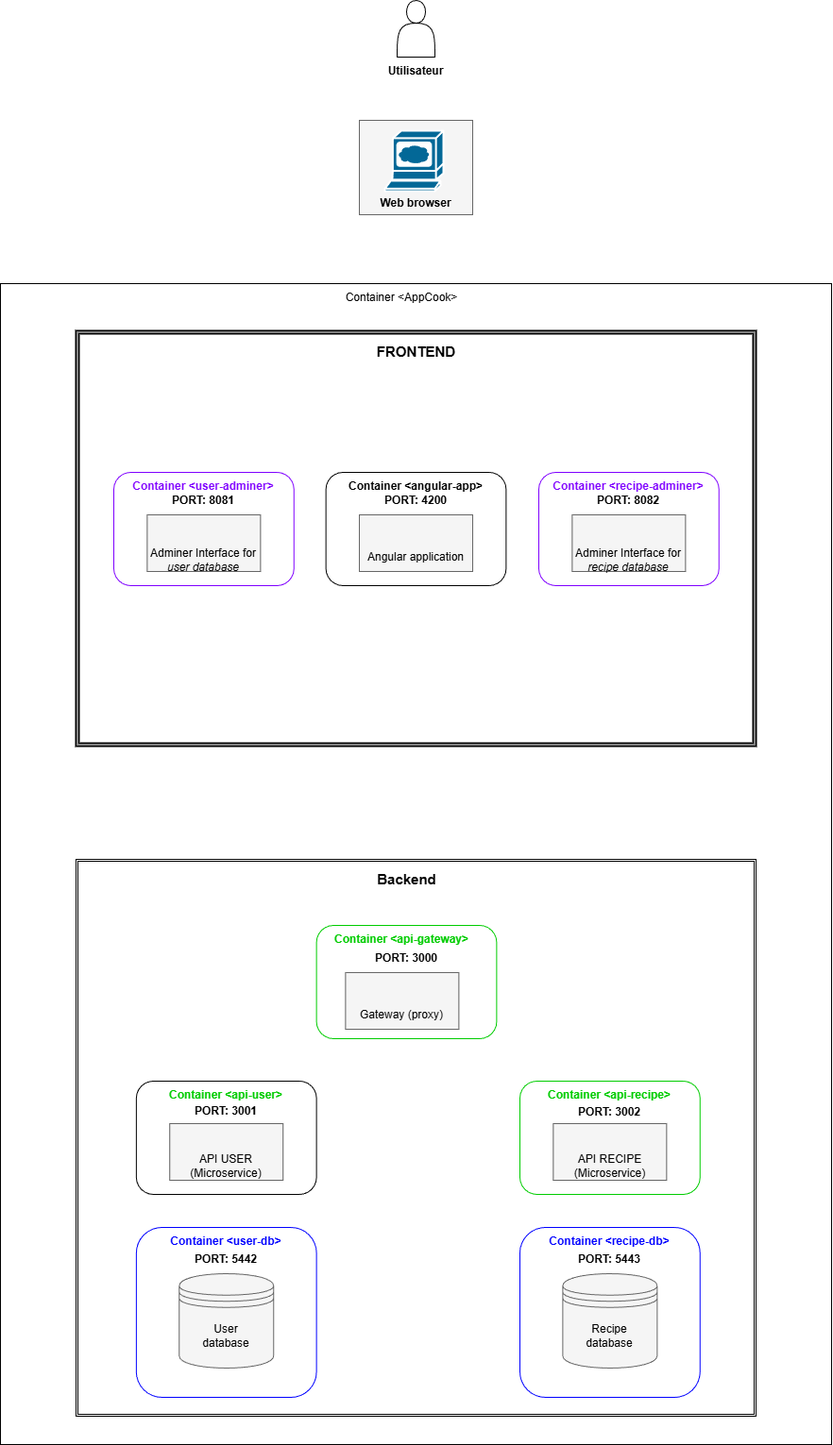
Before: doc/Schéma-architecture.drawio.png, a diagram exported from draw.io (AbadieThomasPro/Ynov-FullstackM1_Projet). Source tidied: cells renumbered, new cells last; positions are measured from the earlier drawing's top-left corner, leaving out a move shared by most shapes.
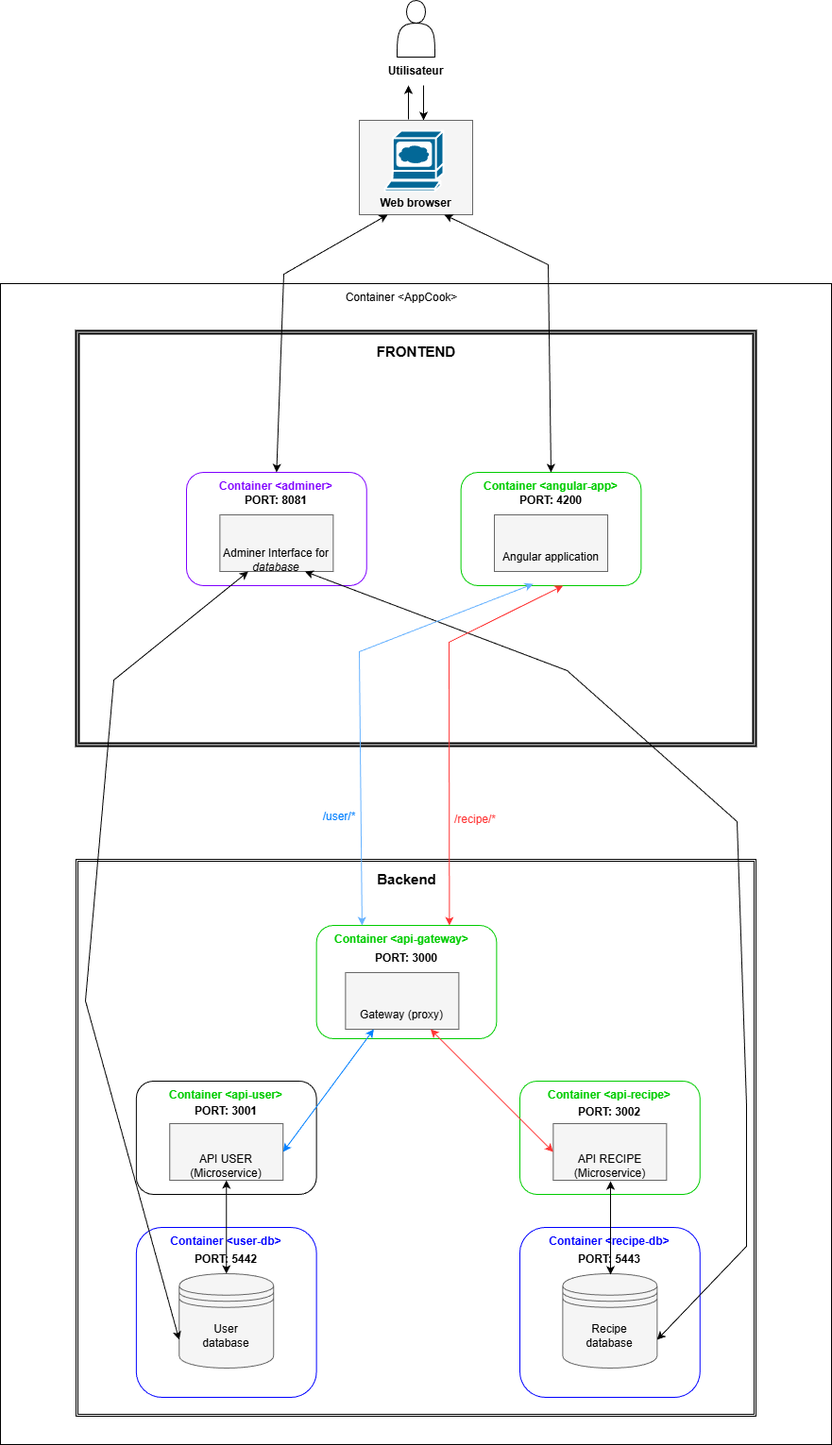
After the change.

Commit message:
UPDATE [README] [DOCKER-COMPOSE] Changement du shéma d'architecture et annexes + mise en place des ports pour les bdd avec expose

Change to the diagram source:
```diff
@@ -53,14 +53,14 @@
     <mxCell id="18" value="Container &amp;lt;AppCook&amp;gt;" style="text;html=1;whiteSpace=wrap;strokeColor=none;fillColor=none;align=center;verticalAlign=middle;rounded=0;" parent="1" vertex="1">
       <mxGeometry x="330.4" y="300" width="190" height="30" as="geometry" />
     </mxCell>
-    <mxCell id="19" style="rounded=1;whiteSpace=wrap;html=1;" parent="1" vertex="1">
-      <mxGeometry x="344.6" y="500" width="190.8" height="120" as="geometry" />
+    <mxCell id="19" style="rounded=1;whiteSpace=wrap;html=1;strokeColor=#00CC00;" parent="1" vertex="1">
+      <mxGeometry x="487.6" y="500" width="190.8" height="120" as="geometry" />
     </mxCell>
-    <mxCell id="20" value="Container &amp;lt;angular-app&amp;gt;" style="text;html=1;whiteSpace=wrap;strokeColor=none;fillColor=none;align=center;verticalAlign=middle;rounded=0;fontStyle=1;" parent="1" vertex="1">
-      <mxGeometry x="355" y="500" width="170" height="30" as="geometry" />
+    <mxCell id="20" value="Container &amp;lt;angular-app&amp;gt;" style="text;html=1;whiteSpace=wrap;strokeColor=none;fillColor=none;align=center;verticalAlign=middle;rounded=0;fontStyle=1;fontColor=#00CC00;" parent="1" vertex="1">
+      <mxGeometry x="498" y="500" width="170" height="30" as="geometry" />
     </mxCell>
     <mxCell id="21" value="&lt;b&gt;PORT: 4200&lt;/b&gt;" style="text;html=1;whiteSpace=wrap;strokeColor=none;fillColor=none;align=center;verticalAlign=middle;rounded=0;" parent="1" vertex="1">
-      <mxGeometry x="397" y="515" width="86" height="30" as="geometry" />
+      <mxGeometry x="540" y="515" width="86" height="30" as="geometry" />
     </mxCell>
     <mxCell id="22" style="rounded=1;whiteSpace=wrap;html=1;strokeColor=#0000FF;" parent="1" vertex="1">
       <mxGeometry x="143.9" y="1300" width="190.8" height="180" as="geometry" />
@@ -105,10 +105,10 @@
       <mxGeometry x="612.7" y="1220" width="65.4" height="30" as="geometry" />
     </mxCell>
     <mxCell id="36" style="rounded=0;whiteSpace=wrap;html=1;fillColor=#f5f5f5;fontColor=#333333;strokeColor=#666666;" parent="1" vertex="1">
-      <mxGeometry x="380" y="545" width="120" height="60" as="geometry" />
+      <mxGeometry x="523" y="545" width="120" height="60" as="geometry" />
     </mxCell>
     <mxCell id="37" value="Angular application" style="text;html=1;whiteSpace=wrap;strokeColor=none;fillColor=none;align=center;verticalAlign=middle;rounded=0;" parent="1" vertex="1">
-      <mxGeometry x="380" y="575" width="120" height="30" as="geometry" />
+      <mxGeometry x="523" y="575" width="120" height="30" as="geometry" />
     </mxCell>
     <mxCell id="38" style="rounded=0;whiteSpace=wrap;html=1;fillColor=#f5f5f5;fontColor=#333333;strokeColor=#666666;" parent="1" vertex="1">
       <mxGeometry x="365.4" y="1030" width="120" height="60" as="geometry" />
@@ -117,35 +117,26 @@
       <mxGeometry x="365.4" y="1060" width="120" height="30" as="geometry" />
     </mxCell>
     <mxCell id="40" style="rounded=1;whiteSpace=wrap;html=1;strokeColor=#7F00FF;" parent="1" vertex="1">
-      <mxGeometry x="120" y="500" width="190.8" height="120" as="geometry" />
+      <mxGeometry x="197" y="500" width="190.8" height="120" as="geometry" />
     </mxCell>
-    <mxCell id="41" value="Container &amp;lt;user-adminer&amp;gt;" style="text;html=1;whiteSpace=wrap;strokeColor=none;fillColor=none;align=center;verticalAlign=middle;rounded=0;fontColor=#7F00FF;fontStyle=1;" parent="1" vertex="1">
-      <mxGeometry x="130.4" y="500" width="170" height="30" as="geometry" />
+    <mxCell id="41" value="Container &amp;lt;adminer&amp;gt;" style="text;html=1;whiteSpace=wrap;strokeColor=none;fillColor=none;align=center;verticalAlign=middle;rounded=0;fontColor=#7F00FF;fontStyle=1;" parent="1" vertex="1">
+      <mxGeometry x="207.4" y="500" width="170" height="30" as="geometry" />
     </mxCell>
     <mxCell id="42" value="&lt;b&gt;PORT: 8081&lt;/b&gt;" style="text;html=1;whiteSpace=wrap;strokeColor=none;fillColor=none;align=center;verticalAlign=middle;rounded=0;" parent="1" vertex="1">
-      <mxGeometry x="172.4" y="515" width="86" height="30" as="geometry" />
+      <mxGeometry x="249.4" y="515" width="86" height="30" as="geometry" />
     </mxCell>
     <mxCell id="43" style="rounded=0;whiteSpace=wrap;html=1;fillColor=#f5f5f5;fontColor=#333333;strokeColor=#666666;" parent="1" vertex="1">
-      <mxGeometry x="155.4" y="545" width="120" height="60" as="geometry" />
+      <mxGeometry x="232.4" y="545" width="120" height="60" as="geometry" />
     </mxCell>
-    <mxCell id="44" style="rounded=1;whiteSpace=wrap;html=1;strokeColor=#7F00FF;" parent="1" vertex="1">
-      <mxGeometry x="570" y="500" width="190.8" height="120" as="geometry" />
-    </mxCell>
-    <mxCell id="45" value="Container &amp;lt;recipe-adminer&amp;gt;" style="text;html=1;whiteSpace=wrap;strokeColor=none;fillColor=none;align=center;verticalAlign=middle;rounded=0;fontColor=#7F00FF;fontStyle=1;" parent="1" vertex="1">
-      <mxGeometry x="580.4" y="500" width="170" height="30" as="geometry" />
-    </mxCell>
-    <mxCell id="46" value="&lt;b&gt;PORT: 8082&lt;/b&gt;" style="text;html=1;whiteSpace=wrap;strokeColor=none;fillColor=none;align=center;verticalAlign=middle;rounded=0;" parent="1" vertex="1">
-      <mxGeometry x="622.4" y="515" width="86" height="30" as="geometry" />
-    </mxCell>
-    <mxCell id="47" style="rounded=0;whiteSpace=wrap;html=1;fillColor=#f5f5f5;fontColor=#333333;strokeColor=#666666;" parent="1" vertex="1">
-      <mxGeometry x="605.4" y="545" width="120" height="60" as="geometry" />
-    </mxCell>
-    <mxCell id="48" value="Adminer Interface for &lt;i&gt;user database&lt;/i&gt;" style="text;html=1;whiteSpace=wrap;strokeColor=none;fillColor=none;align=center;verticalAlign=middle;rounded=0;" parent="1" vertex="1">
-      <mxGeometry x="155.4" y="580" width="120" height="25" as="geometry" />
+    <mxCell id="48" value="Adminer Interface for &lt;i&gt;database&lt;/i&gt;" style="text;html=1;whiteSpace=wrap;strokeColor=none;fillColor=none;align=center;verticalAlign=middle;rounded=0;" parent="1" vertex="1">
+      <mxGeometry x="232.4" y="580" width="120" height="25" as="geometry" />
     </mxCell>
-    <mxCell id="49" value="Adminer Interface for &lt;i&gt;recipe database&lt;/i&gt;" style="text;html=1;whiteSpace=wrap;strokeColor=none;fillColor=none;align=center;verticalAlign=middle;rounded=0;" parent="1" vertex="1">
-      <mxGeometry x="605.4" y="580" width="120" height="25" as="geometry" />
-    </mxCell>
+    <mxCell id="54" style="edgeStyle=orthogonalEdgeStyle;rounded=0;orthogonalLoop=1;jettySize=auto;html=1;exitX=0.5;exitY=1;exitDx=0;exitDy=0;entryX=0.5;entryY=0;entryDx=0;entryDy=0;" parent="1" edge="1">
+      <mxGeometry relative="1" as="geometry">
+        <mxPoint x="448" y="90" as="sourcePoint" />
+        <mxPoint x="448" y="127" as="targetPoint" />
+      </mxGeometry>
+    </mxCell>
     <mxCell id="50" value="&lt;b&gt;Utilisateur&lt;/b&gt;" style="text;html=1;whiteSpace=wrap;strokeColor=none;fillColor=none;align=center;verticalAlign=middle;rounded=0;" parent="1" vertex="1">
       <mxGeometry x="410" y="60" width="60" height="30" as="geometry" />
     </mxCell>
@@ -158,5 +149,80 @@
     <mxCell id="53" style="sketch=0;html=1;dashed=0;fillColor=#036897;strokeColor=#ffffff;strokeWidth=2;verticalLabelPosition=bottom;verticalAlign=top;align=center;shape=mxgraph.cisco.computers_and_peripherals.web_browser;" parent="1" vertex="1">
       <mxGeometry x="407" y="138" width="62" height="64" as="geometry" />
     </mxCell>
+    <mxCell id="55" style="edgeStyle=orthogonalEdgeStyle;rounded=0;orthogonalLoop=1;jettySize=auto;html=1;entryX=0.25;entryY=1;entryDx=0;entryDy=0;" parent="1" edge="1">
+      <mxGeometry relative="1" as="geometry">
+        <mxPoint x="432" y="126" as="sourcePoint" />
+        <mxPoint x="432" y="90" as="targetPoint" />
+      </mxGeometry>
+    </mxCell>
+    <mxCell id="56" style="endArrow=classic;startArrow=classic;html=1;rounded=0;entryX=0.25;entryY=1;entryDx=0;entryDy=0;exitX=0;exitY=0.7;exitDx=0;exitDy=0;" parent="1" edge="1" source="28" target="48">
+      <mxGeometry relative="1" as="geometry">
+        <Array as="points">
+          <mxPoint x="90" y="1060" />
+          <mxPoint x="120" y="720" />
+        </Array>
+      </mxGeometry>
+    </mxCell>
+    <mxCell id="57" style="endArrow=classic;startArrow=classic;html=1;rounded=0;exitX=0.75;exitY=1;exitDx=0;exitDy=0;entryX=1;entryY=0.7;entryDx=0;entryDy=0;" parent="1" edge="1" source="48" target="30">
+      <mxGeometry relative="1" as="geometry">
+        <Array as="points">
+          <mxPoint x="600" y="710" />
+          <mxPoint x="780" y="870" />
+          <mxPoint x="790" y="1170" />
+          <mxPoint x="790" y="1320" />
+        </Array>
+      </mxGeometry>
+    </mxCell>
+    <mxCell id="58" style="endArrow=classic;startArrow=classic;html=1;rounded=0;entryX=0.5;entryY=1;entryDx=0;entryDy=0;exitX=0.5;exitY=0;exitDx=0;exitDy=0;" parent="1" edge="1" source="28" target="33">
+      <mxGeometry relative="1" as="geometry" />
+    </mxCell>
+    <mxCell id="59" style="endArrow=classic;startArrow=classic;html=1;rounded=0;entryX=0.5;entryY=1;entryDx=0;entryDy=0;exitX=0.5;exitY=0;exitDx=0;exitDy=0;" parent="1" edge="1">
+      <mxGeometry relative="1" as="geometry">
+        <mxPoint x="646" y="1350" as="sourcePoint" />
+        <mxPoint x="646" y="1251" as="targetPoint" />
+      </mxGeometry>
+    </mxCell>
+    <mxCell id="60" style="endArrow=classic;startArrow=classic;html=1;rounded=0;entryX=0.401;entryY=0.985;entryDx=0;entryDy=0;entryPerimeter=0;exitX=0.25;exitY=0;exitDx=0;exitDy=0;strokeColor=#66B2FF;fontColor=#007FFF;" parent="1" edge="1" source="7" target="19">
+      <mxGeometry relative="1" as="geometry">
+        <Array as="points">
+          <mxPoint x="380" y="690" />
+        </Array>
+      </mxGeometry>
+    </mxCell>
+    <mxCell id="61" style="endArrow=classic;startArrow=classic;html=1;rounded=0;entryX=0.75;entryY=1;entryDx=0;entryDy=0;exitX=1;exitY=0;exitDx=0;exitDy=0;strokeColor=#FF3333;" parent="1" edge="1">
+      <mxGeometry relative="1" as="geometry">
+        <mxPoint x="475.4" y="980" as="sourcePoint" />
+        <mxPoint x="595.7" y="620" as="targetPoint" />
+        <Array as="points">
+          <mxPoint x="475" y="680" />
+        </Array>
+      </mxGeometry>
+    </mxCell>
+    <mxCell id="62" value="/user/*" style="text;html=1;whiteSpace=wrap;strokeColor=none;fillColor=none;align=center;verticalAlign=middle;rounded=0;fontColor=#007FFF;" parent="1" vertex="1">
+      <mxGeometry x="329" y="850" width="60" height="30" as="geometry" />
+    </mxCell>
+    <mxCell id="63" value="/recipe/*" style="text;html=1;whiteSpace=wrap;strokeColor=none;fillColor=none;align=center;verticalAlign=middle;rounded=0;fontColor=#FF3333;" parent="1" vertex="1">
+      <mxGeometry x="473" y="853" width="60" height="30" as="geometry" />
+    </mxCell>
+    <mxCell id="64" style="endArrow=classic;startArrow=classic;html=1;rounded=0;entryX=0.25;entryY=1;entryDx=0;entryDy=0;exitX=1;exitY=0.5;exitDx=0;exitDy=0;fontColor=default;strokeColor=#007FFF;" parent="1" edge="1" source="32" target="39">
+      <mxGeometry relative="1" as="geometry" />
+    </mxCell>
+    <mxCell id="65" style="endArrow=classic;startArrow=classic;html=1;rounded=0;entryX=0.75;entryY=1;entryDx=0;entryDy=0;exitX=0;exitY=0.5;exitDx=0;exitDy=0;strokeColor=#FF3333;" parent="1" edge="1" source="34" target="39">
+      <mxGeometry relative="1" as="geometry" />
+    </mxCell>
+    <mxCell id="66" style="endArrow=classic;startArrow=classic;html=1;rounded=0;entryX=0.25;entryY=1;entryDx=0;entryDy=0;exitX=0.5;exitY=0;exitDx=0;exitDy=0;" parent="1" edge="1" source="41" target="52">
+      <mxGeometry relative="1" as="geometry">
+        <Array as="points">
+          <mxPoint x="300" y="290" />
+        </Array>
+      </mxGeometry>
+    </mxCell>
+    <mxCell id="67" style="endArrow=classic;startArrow=classic;html=1;rounded=0;entryX=0.75;entryY=1;entryDx=0;entryDy=0;exitX=0.5;exitY=0;exitDx=0;exitDy=0;" parent="1" edge="1" source="20" target="52">
+      <mxGeometry relative="1" as="geometry">
+        <Array as="points">
+          <mxPoint x="580" y="280" />
+        </Array>
+      </mxGeometry>
+    </mxCell>
   </root>
 </mxGraphModel>
```
